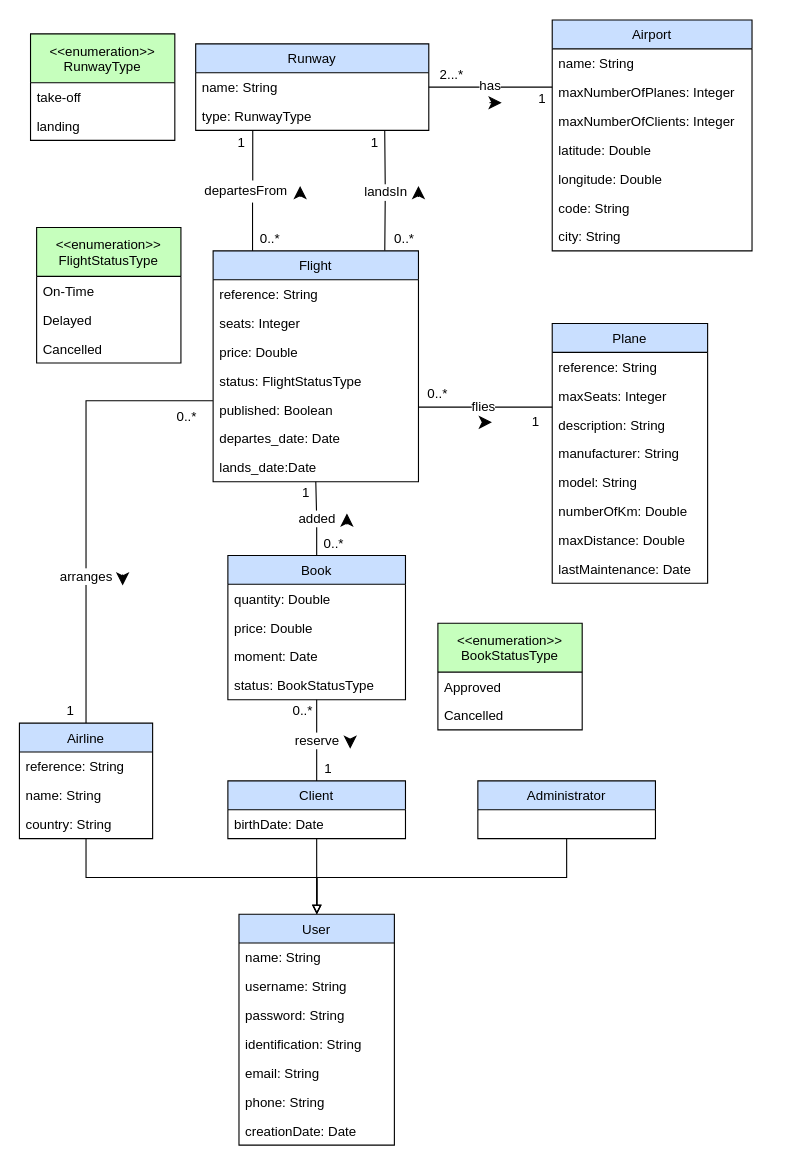
Above: Documentación/Airports_v7.drawio in edubotdom/acme-volar (draw.io), before the change. Source tidied: cells renumbered, new cells numbered last; positions are measured from the earlier drawing's top-left corner, leaving out a move shared by most shapes. Both pictures are drawn from the tidied source at 111%, with x=0, y=0 at pixel (19, 19).
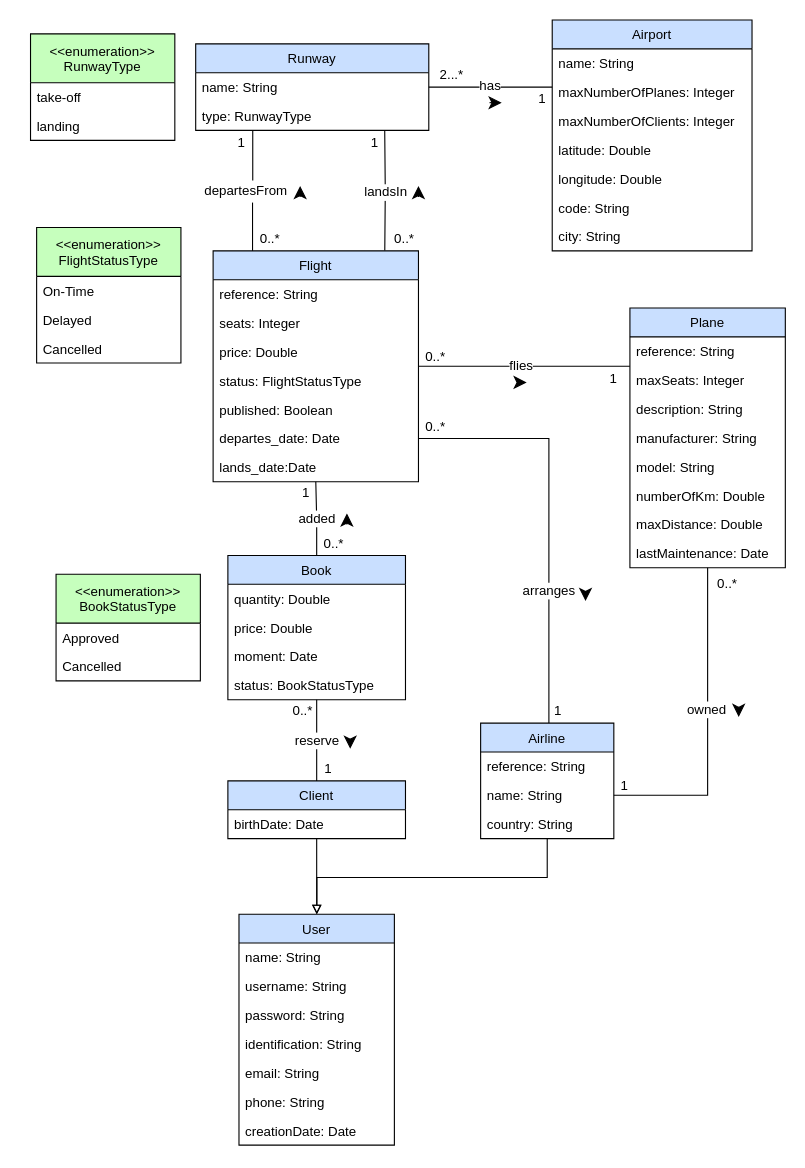
The same page after the edit.

The change refers to these unchanged cells:
```xml
<mxCell id="16" value="Flight" style="swimlane;fontStyle=0;horizontal=1;startSize=26;fillColor=#C9DFFF;" parent="1" vertex="1">
  <mxGeometry x="174.5" y="208.5" width="185" height="208" as="geometry" />
</mxCell>
<mxCell id="21" value="published: Boolean" style="text;strokeColor=none;fillColor=none;align=left;verticalAlign=top;spacingLeft=4;spacingRight=4;overflow=hidden;points=[[0,0.5],[1,0.5]];portConstraint=eastwest;" parent="16" vertex="1">
  <mxGeometry y="130" width="185" height="26" as="geometry" />
</mxCell>
<mxCell id="22" value="departes_date: Date" style="text;strokeColor=none;fillColor=none;align=left;verticalAlign=top;spacingLeft=4;spacingRight=4;overflow=hidden;points=[[0,0.5],[1,0.5]];portConstraint=eastwest;" parent="16" vertex="1">
  <mxGeometry y="156" width="185" height="26" as="geometry" />
</mxCell>
<mxCell id="36" value="name: String" style="text;strokeColor=none;fillColor=none;align=left;verticalAlign=top;spacingLeft=4;spacingRight=4;overflow=hidden;points=[[0,0.5],[1,0.5]];portConstraint=eastwest;" parent="34" vertex="1">
  <mxGeometry y="52" width="120" height="26" as="geometry" />
</mxCell>
<mxCell id="41" value="User" style="swimlane;fontStyle=0;horizontal=1;startSize=26;fillColor=#C9DFFF;" parent="1" vertex="1">
  <mxGeometry x="197.8" y="806.1" width="140" height="208" as="geometry" />
</mxCell>
```

What changed in the source:
```diff
@@
-    <mxCell id="12" style="edgeStyle=orthogonalEdgeStyle;rounded=0;jettySize=auto;html=1;endArrow=none;endFill=0;startArrow=none;startFill=0;exitX=1;exitY=0.5;exitDx=0;exitDy=0;" parent="1" edge="1" target="24">
+    <mxCell id="12" style="edgeStyle=orthogonalEdgeStyle;rounded=0;jettySize=auto;html=1;endArrow=none;endFill=0;startArrow=none;startFill=0;" parent="1" edge="1" source="16" target="24">
       <mxGeometry relative="1" as="geometry">
-        <mxPoint x="359.5" y="349.3" as="sourcePoint" />
         <Array as="points">
-          <mxPoint x="450" y="349" />
-          <mxPoint x="450" y="349" />
+          <mxPoint x="520" y="313" />
+          <mxPoint x="520" y="313" />
         </Array>
       </mxGeometry>
     </mxCell>
@@
-    <mxCell id="14" style="edgeStyle=orthogonalEdgeStyle;rounded=0;jettySize=auto;html=1;endArrow=none;endFill=0;endSize=12;exitX=-0.001;exitY=0.192;exitDx=0;exitDy=0;exitPerimeter=0;" parent="1" edge="1" source="21" target="34">
-      <mxGeometry relative="1" as="geometry" />
+    <mxCell id="14" style="edgeStyle=orthogonalEdgeStyle;rounded=0;jettySize=auto;html=1;endArrow=none;endFill=0;endSize=12;exitX=1;exitY=0.5;exitDx=0;exitDy=0;" parent="1" edge="1" source="22" target="34">
+      <mxGeometry relative="1" as="geometry">
+        <Array as="points">
+          <mxPoint x="477" y="378" />
+        </Array>
+      </mxGeometry>
     </mxCell>
@@
+    <mxCell id="99" style="edgeStyle=orthogonalEdgeStyle;rounded=0;jettySize=auto;html=1;endArrow=none;endFill=0;" parent="1" edge="1" source="24" target="36">
+      <mxGeometry relative="1" as="geometry" />
+    </mxCell>
     <mxCell id="24" value="Plane" style="swimlane;fontStyle=0;horizontal=1;startSize=26;fillColor=#C9DFFF;" parent="1" vertex="1">
-      <mxGeometry x="480" y="274" width="140" height="234" as="geometry" />
+      <mxGeometry x="550" y="260" width="140" height="234" as="geometry" />
     </mxCell>
@@
     <mxCell id="33" style="edgeStyle=orthogonalEdgeStyle;rounded=0;jettySize=auto;html=1;endArrow=block;endFill=0;" parent="1" edge="1" source="34" target="41">
       <mxGeometry relative="1" as="geometry">
         <Array as="points">
-          <mxPoint x="60" y="773.1" />
-          <mxPoint x="268" y="773.1" />
+          <mxPoint x="476" y="773" />
+          <mxPoint x="268" y="773" />
         </Array>
       </mxGeometry>
     </mxCell>
     <mxCell id="34" value="Airline" style="swimlane;fontStyle=0;horizontal=1;startSize=26;fillColor=#C9DFFF;" parent="1" vertex="1">
-      <mxGeometry y="634" width="120" height="104" as="geometry" />
+      <mxGeometry x="415.5" y="634" width="120" height="104" as="geometry" />
     </mxCell>
@@
     <mxCell id="68" value="1" style="text;html=1;align=left;verticalAlign=top;spacingTop=-4;fontSize=12;" parent="1" vertex="1">
-      <mxGeometry x="41" y="612.9" width="20" height="10" as="geometry" />
+      <mxGeometry x="480" y="612.9" width="20" height="10" as="geometry" />
     </mxCell>
     <mxCell id="69" value="0..*" style="text;html=1;align=left;verticalAlign=top;spacingTop=-4;fontSize=12;" parent="1" vertex="1">
-      <mxGeometry x="140" y="348" width="30" height="20" as="geometry" />
+      <mxGeometry x="363.8" y="357" width="30" height="20" as="geometry" />
     </mxCell>
     <mxCell id="70" value="1" style="text;html=1;align=left;verticalAlign=top;spacingTop=-4;fontSize=12;" parent="1" vertex="1">
-      <mxGeometry x="460" y="353" width="20" height="10" as="geometry" />
+      <mxGeometry x="530" y="314" width="20" height="10" as="geometry" />
     </mxCell>
     <mxCell id="71" value="0..*" style="text;html=1;align=left;verticalAlign=top;spacingTop=-4;fontSize=12;" parent="1" vertex="1">
-      <mxGeometry x="366.3" y="328" width="30" height="20" as="geometry" />
+      <mxGeometry x="363.8" y="293.5" width="30" height="20" as="geometry" />
     </mxCell>
     <mxCell id="72" style="endArrow=classic;html=1;strokeWidth=1;fillColor=#000000;fontSize=6;endSize=9;startSize=7;" parent="1" edge="1">
       <mxGeometry relative="1" as="geometry">
-        <mxPoint x="93" y="500" as="sourcePoint" />
-        <mxPoint x="93" y="510" as="targetPoint" />
+        <mxPoint x="450" y="327" as="sourcePoint" />
+        <mxPoint x="457" y="327" as="targetPoint" />
       </mxGeometry>
     </mxCell>
     <mxCell id="73" style="endArrow=classic;html=1;strokeWidth=1;fillColor=#000000;fontSize=6;endSize=9;startSize=7;" parent="1" edge="1">
       <mxGeometry relative="1" as="geometry">
-        <mxPoint x="420" y="363" as="sourcePoint" />
-        <mxPoint x="425.7" y="363" as="targetPoint" />
+        <mxPoint x="510" y="518" as="sourcePoint" />
+        <mxPoint x="510" y="524" as="targetPoint" />
       </mxGeometry>
     </mxCell>
@@
-    <mxCell id="90" style="edgeStyle=orthogonalEdgeStyle;rounded=0;jettySize=auto;html=1;endFill=0;endArrow=block;" parent="1" edge="1" source="91" target="41">
-      <mxGeometry relative="1" as="geometry">
-        <Array as="points">
-          <mxPoint x="493" y="773.1" />
-          <mxPoint x="268" y="773.1" />
-        </Array>
-      </mxGeometry>
-    </mxCell>
-    <mxCell id="91" value="Administrator" style="swimlane;fontStyle=0;horizontal=1;startSize=26;fillColor=#C9DFFF;" parent="1" vertex="1">
-      <mxGeometry x="413" y="686" width="160" height="52" as="geometry" />
-    </mxCell>
@@
     <mxCell id="96" value="&lt;&lt;enumeration&gt;&gt;&#10;BookStatusType" style="swimlane;fontStyle=0;horizontal=1;startSize=44;fillColor=#C6FFBD;" parent="1" vertex="1">
-      <mxGeometry x="377" y="544" width="130" height="96" as="geometry" />
+      <mxGeometry x="33" y="499.9" width="130" height="96" as="geometry" />
     </mxCell>
@@
+    <mxCell id="100" value="owned" style="text;html=1;align=center;verticalAlign=middle;labelBackgroundColor=#ffffff;fontSize=12;" parent="1" vertex="1">
+      <mxGeometry x="620" y="570.5" as="geometry">
+        <mxPoint x="-1.3" y="50.9" as="offset" />
+      </mxGeometry>
+    </mxCell>
+    <mxCell id="101" style="endArrow=classic;html=1;strokeWidth=1;fillColor=#000000;fontSize=6;endSize=9;startSize=7;" parent="1" edge="1">
+      <mxGeometry relative="1" as="geometry">
+        <mxPoint x="648" y="619.3" as="sourcePoint" />
+        <mxPoint x="648" y="628.4" as="targetPoint" />
+      </mxGeometry>
+    </mxCell>
+    <mxCell id="102" value="1" style="text;html=1;align=left;verticalAlign=top;spacingTop=-4;fontSize=12;" parent="1" vertex="1">
+      <mxGeometry x="540" y="681" width="20" height="10" as="geometry" />
+    </mxCell>
+    <mxCell id="103" value="0..*" style="text;html=1;align=left;verticalAlign=top;spacingTop=-4;fontSize=12;" parent="1" vertex="1">
+      <mxGeometry x="627" y="498.9" width="30" height="20" as="geometry" />
+    </mxCell>
```
